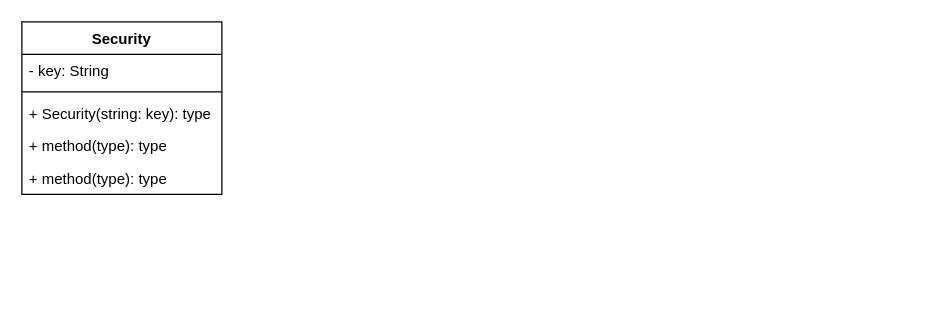
Before: Dokumentation/Klassendiagramm.drawio in dahlhoffKevin/NumberGuessing, a draw.io diagram. Source tidied: cells renumbered, new cells numbered last; positions are measured from the earlier drawing's top-left corner, leaving out a move shared by most shapes. Both pictures are drawn from the tidied source at 125%, with x=0, y=0 at pixel (21, 21).
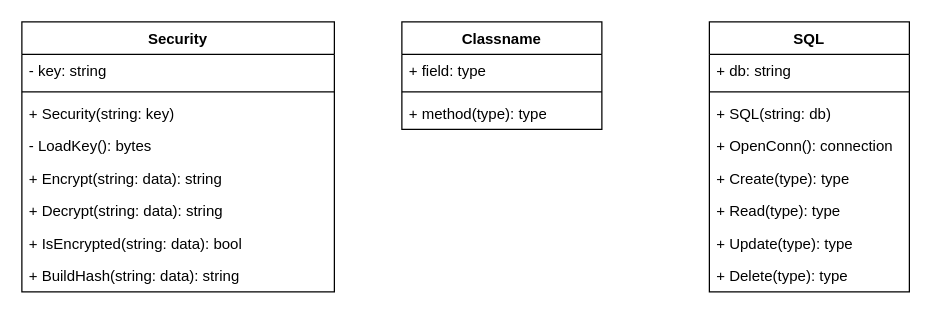
The same page after the edit.

Commit message:
Class diagram

Change to the diagram source:
```diff
@@
     <mxCell id="2" value="Security" style="swimlane;fontStyle=1;align=center;verticalAlign=top;horizontal=1;startSize=26;whiteSpace=wrap;html=1;" parent="1" vertex="1">
-      <mxGeometry width="160" height="138" as="geometry" />
+      <mxGeometry width="250" height="216" as="geometry" />
     </mxCell>
-    <mxCell id="3" value="- key: String" style="text;strokeColor=none;fillColor=none;align=left;verticalAlign=top;spacingLeft=4;spacingRight=4;overflow=hidden;whiteSpace=wrap;html=1;" parent="2" vertex="1">
-      <mxGeometry y="26" width="160" height="26" as="geometry" />
+    <mxCell id="3" value="- key: string" style="text;strokeColor=none;fillColor=none;align=left;verticalAlign=top;spacingLeft=4;spacingRight=4;overflow=hidden;whiteSpace=wrap;html=1;" parent="2" vertex="1">
+      <mxGeometry y="26" width="250" height="26" as="geometry" />
     </mxCell>
     <mxCell id="4" style="line;strokeWidth=1;fillColor=none;align=left;verticalAlign=middle;spacingTop=-1;spacingLeft=3;spacingRight=3;labelPosition=right;strokeColor=inherit;" parent="2" vertex="1">
-      <mxGeometry y="52" width="160" height="8" as="geometry" />
+      <mxGeometry y="52" width="250" height="8" as="geometry" />
     </mxCell>
-    <mxCell id="5" value="+ Security(string: key): type" style="text;strokeColor=none;fillColor=none;align=left;verticalAlign=top;spacingLeft=4;spacingRight=4;overflow=hidden;whiteSpace=wrap;html=1;" parent="2" vertex="1">
-      <mxGeometry y="60" width="160" height="26" as="geometry" />
+    <mxCell id="5" value="+ Security(string: key)" style="text;strokeColor=none;fillColor=none;align=left;verticalAlign=top;spacingLeft=4;spacingRight=4;overflow=hidden;whiteSpace=wrap;html=1;" parent="2" vertex="1">
+      <mxGeometry y="60" width="250" height="26" as="geometry" />
     </mxCell>
-    <mxCell id="6" value="+ method(type): type" style="text;strokeColor=none;fillColor=none;align=left;verticalAlign=top;spacingLeft=4;spacingRight=4;overflow=hidden;whiteSpace=wrap;html=1;" parent="2" vertex="1">
-      <mxGeometry y="86" width="160" height="26" as="geometry" />
+    <mxCell id="6" value="- LoadKey(): bytes" style="text;strokeColor=none;fillColor=none;align=left;verticalAlign=top;spacingLeft=4;spacingRight=4;overflow=hidden;whiteSpace=wrap;html=1;" parent="2" vertex="1">
+      <mxGeometry y="86" width="250" height="26" as="geometry" />
     </mxCell>
-    <mxCell id="7" value="+ method(type): type" style="text;strokeColor=none;fillColor=none;align=left;verticalAlign=top;spacingLeft=4;spacingRight=4;overflow=hidden;whiteSpace=wrap;html=1;" parent="2" vertex="1">
-      <mxGeometry y="112" width="160" height="26" as="geometry" />
+    <mxCell id="7" value="+ Encrypt(string: data): string" style="text;strokeColor=none;fillColor=none;align=left;verticalAlign=top;spacingLeft=4;spacingRight=4;overflow=hidden;whiteSpace=wrap;html=1;" parent="2" vertex="1">
+      <mxGeometry y="112" width="250" height="26" as="geometry" />
     </mxCell>
+    <mxCell id="8" value="+ Decrypt(string: data): string" style="text;strokeColor=none;fillColor=none;align=left;verticalAlign=top;spacingLeft=4;spacingRight=4;overflow=hidden;whiteSpace=wrap;html=1;" parent="2" vertex="1">
+      <mxGeometry y="138" width="250" height="26" as="geometry" />
+    </mxCell>
+    <mxCell id="9" value="+ IsEncrypted(string: data): bool" style="text;strokeColor=none;fillColor=none;align=left;verticalAlign=top;spacingLeft=4;spacingRight=4;overflow=hidden;whiteSpace=wrap;html=1;" parent="2" vertex="1">
+      <mxGeometry y="164" width="250" height="26" as="geometry" />
+    </mxCell>
+    <mxCell id="10" value="+ BuildHash(string: data): string" style="text;strokeColor=none;fillColor=none;align=left;verticalAlign=top;spacingLeft=4;spacingRight=4;overflow=hidden;whiteSpace=wrap;html=1;" parent="2" vertex="1">
+      <mxGeometry y="190" width="250" height="26" as="geometry" />
+    </mxCell>
+    <mxCell id="11" value="SQL" style="swimlane;fontStyle=1;align=center;verticalAlign=top;horizontal=1;startSize=26;whiteSpace=wrap;html=1;" parent="1" vertex="1">
+      <mxGeometry x="550" width="160" height="216" as="geometry" />
+    </mxCell>
+    <mxCell id="12" value="+ db: string" style="text;strokeColor=none;fillColor=none;align=left;verticalAlign=top;spacingLeft=4;spacingRight=4;overflow=hidden;whiteSpace=wrap;html=1;" parent="11" vertex="1">
+      <mxGeometry y="26" width="160" height="26" as="geometry" />
+    </mxCell>
+    <mxCell id="13" style="line;strokeWidth=1;fillColor=none;align=left;verticalAlign=middle;spacingTop=-1;spacingLeft=3;spacingRight=3;labelPosition=right;strokeColor=inherit;" parent="11" vertex="1">
+      <mxGeometry y="52" width="160" height="8" as="geometry" />
+    </mxCell>
+    <mxCell id="14" value="+ SQL(string: db)" style="text;strokeColor=none;fillColor=none;align=left;verticalAlign=top;spacingLeft=4;spacingRight=4;overflow=hidden;whiteSpace=wrap;html=1;" parent="11" vertex="1">
+      <mxGeometry y="60" width="160" height="26" as="geometry" />
+    </mxCell>
+    <mxCell id="15" value="+ OpenConn(): connection" style="text;strokeColor=none;fillColor=none;align=left;verticalAlign=top;spacingLeft=4;spacingRight=4;overflow=hidden;whiteSpace=wrap;html=1;" parent="11" vertex="1">
+      <mxGeometry y="86" width="160" height="26" as="geometry" />
+    </mxCell>
+    <mxCell id="16" value="+ Create(type): type" style="text;strokeColor=none;fillColor=none;align=left;verticalAlign=top;spacingLeft=4;spacingRight=4;overflow=hidden;whiteSpace=wrap;html=1;" parent="11" vertex="1">
+      <mxGeometry y="112" width="160" height="26" as="geometry" />
+    </mxCell>
+    <mxCell id="17" value="+ Read(type): type" style="text;strokeColor=none;fillColor=none;align=left;verticalAlign=top;spacingLeft=4;spacingRight=4;overflow=hidden;whiteSpace=wrap;html=1;" parent="11" vertex="1">
+      <mxGeometry y="138" width="160" height="26" as="geometry" />
+    </mxCell>
+    <mxCell id="18" value="+ Update(type): type" style="text;strokeColor=none;fillColor=none;align=left;verticalAlign=top;spacingLeft=4;spacingRight=4;overflow=hidden;whiteSpace=wrap;html=1;" parent="11" vertex="1">
+      <mxGeometry y="164" width="160" height="26" as="geometry" />
+    </mxCell>
+    <mxCell id="19" value="+ Delete(type): type" style="text;strokeColor=none;fillColor=none;align=left;verticalAlign=top;spacingLeft=4;spacingRight=4;overflow=hidden;whiteSpace=wrap;html=1;" parent="11" vertex="1">
+      <mxGeometry y="190" width="160" height="26" as="geometry" />
+    </mxCell>
+    <mxCell id="20" value="Classname" style="swimlane;fontStyle=1;align=center;verticalAlign=top;horizontal=1;startSize=26;whiteSpace=wrap;html=1;" parent="1" vertex="1">
+      <mxGeometry x="304" width="160" height="86" as="geometry" />
+    </mxCell>
+    <mxCell id="21" value="+ field: type" style="text;strokeColor=none;fillColor=none;align=left;verticalAlign=top;spacingLeft=4;spacingRight=4;overflow=hidden;whiteSpace=wrap;html=1;" parent="20" vertex="1">
+      <mxGeometry y="26" width="160" height="26" as="geometry" />
+    </mxCell>
+    <mxCell id="22" style="line;strokeWidth=1;fillColor=none;align=left;verticalAlign=middle;spacingTop=-1;spacingLeft=3;spacingRight=3;labelPosition=right;strokeColor=inherit;" parent="20" vertex="1">
+      <mxGeometry y="52" width="160" height="8" as="geometry" />
+    </mxCell>
+    <mxCell id="23" value="+ method(type): type" style="text;strokeColor=none;fillColor=none;align=left;verticalAlign=top;spacingLeft=4;spacingRight=4;overflow=hidden;whiteSpace=wrap;html=1;" parent="20" vertex="1">
+      <mxGeometry y="60" width="160" height="26" as="geometry" />
+    </mxCell>
```
